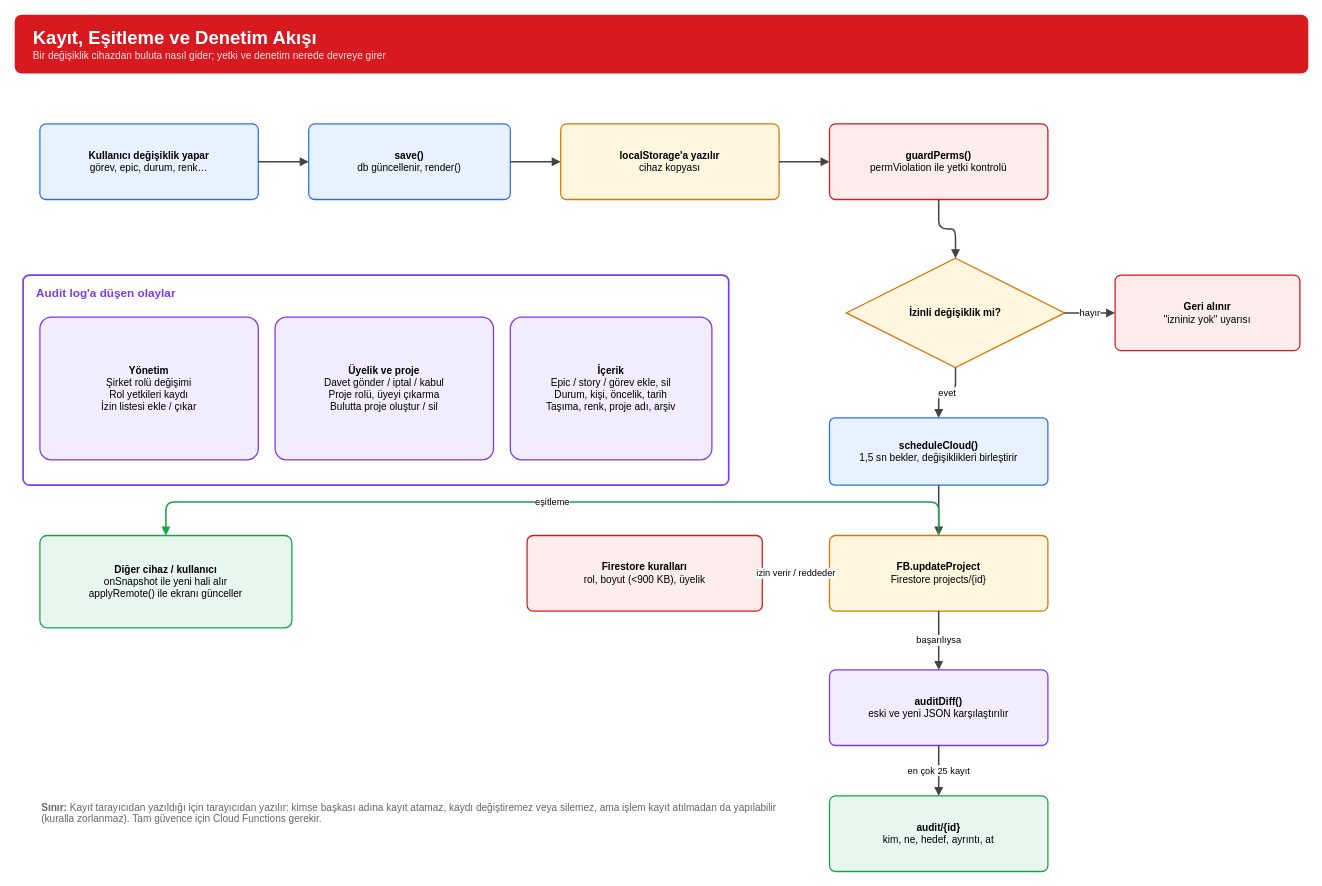
Earlier version of the draw.io diagram page "5 - Kayıt ve Denetim Akışı" (6 of 6) of proje-diyagrami.drawio (keremsa1id/STW). Source tidied: cells renumbered, new cells numbered last; positions are measured from the earlier drawing's top-left corner, leaving out a move shared by most shapes. Both pictures are drawn from the tidied source at 84%, with x=0, y=0 at pixel (14, 14).
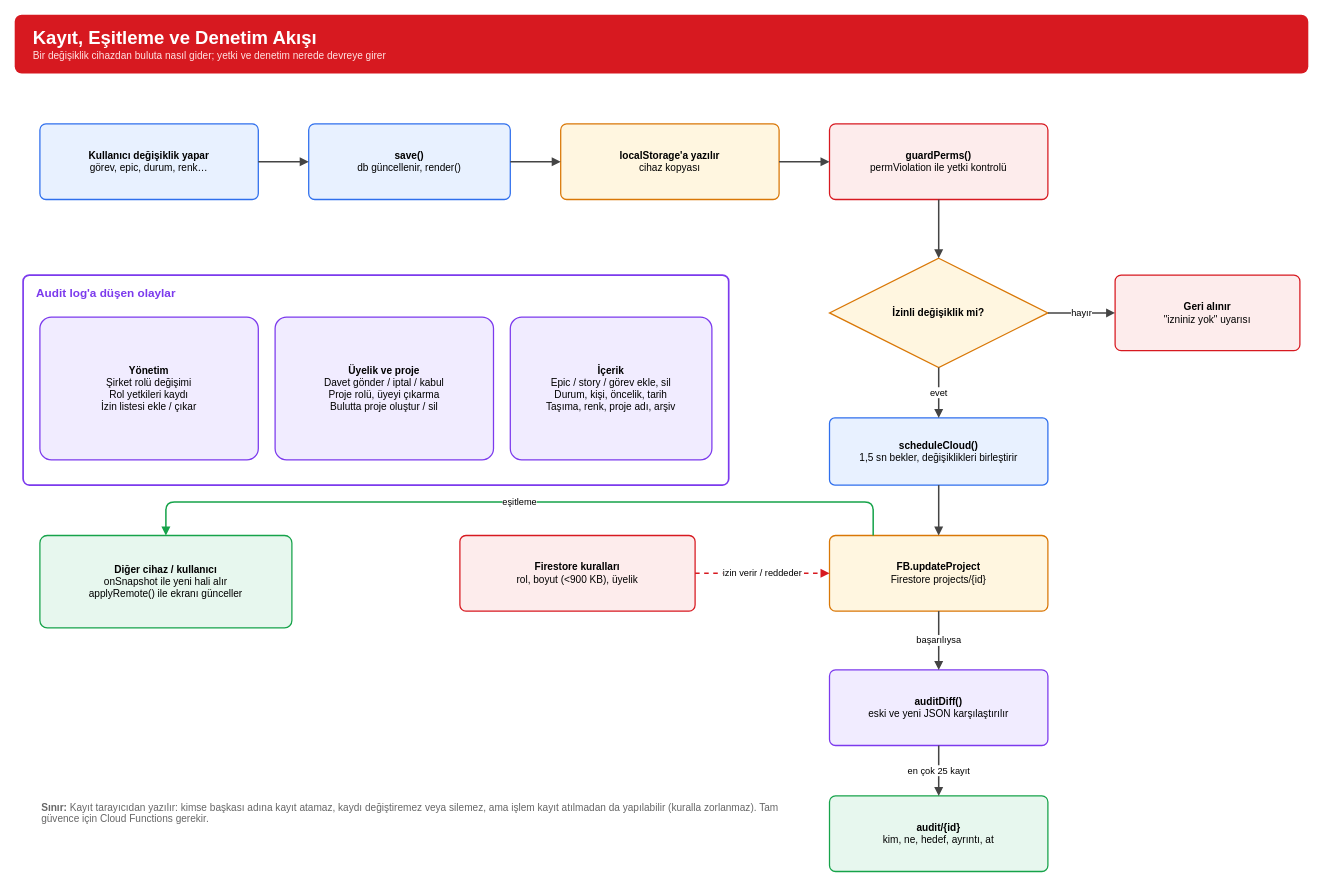
The same diagram, later.

The change refers to these unchanged cells:
```xml
<mxCell id="16" value="&lt;b&gt;FB.updateProject&lt;/b&gt;&lt;br&gt;Firestore projects/{id}" style="rounded=1;whiteSpace=wrap;html=1;arcSize=8;fontSize=12;fontFamily=Helvetica;fillColor=#fff6e0;strokeColor=#d97706;strokeWidth=1.5;shadow=0;" parent="1" vertex="1">
  <mxGeometry x="970" y="620" width="260" height="90" as="geometry" />
</mxCell>
<mxCell id="24" value="&lt;b&gt;Diğer cihaz / kullanıcı&lt;/b&gt;&lt;br&gt;onSnapshot ile yeni hali alır&lt;br&gt;applyRemote() ile ekranı günceller" style="rounded=1;whiteSpace=wrap;html=1;arcSize=8;fontSize=12;fontFamily=Helvetica;fillColor=#e7f7ee;strokeColor=#16a34a;strokeWidth=1.5;shadow=0;" parent="1" vertex="1">
  <mxGeometry x="30" y="620" width="300" height="110" as="geometry" />
</mxCell>
```

Diff of the diagram source:
```diff
@@
     <mxCell id="10" value="&lt;b&gt;İzinli değişiklik mi?&lt;/b&gt;" style="rounded=1;whiteSpace=wrap;html=1;arcSize=8;fontSize=12;fontFamily=Helvetica;shape=rhombus;fillColor=#fff6e0;strokeColor=#d97706;strokeWidth=1.5;rounded=0;" parent="1" vertex="1">
-      <mxGeometry x="990" y="290" width="260" height="130" as="geometry" />
+      <mxGeometry x="970" y="290" width="260" height="130" as="geometry" />
     </mxCell>
@@
     <mxCell id="18" value="&lt;b&gt;Firestore kuralları&lt;/b&gt;&lt;br&gt;rol, boyut (&amp;lt;900 KB), üyelik" style="rounded=1;whiteSpace=wrap;html=1;arcSize=8;fontSize=12;fontFamily=Helvetica;fillColor=#fdecec;strokeColor=#d71920;strokeWidth=1.5;shadow=0;" parent="1" vertex="1">
-      <mxGeometry x="610" y="620" width="280" height="90" as="geometry" />
+      <mxGeometry x="530" y="620" width="280" height="90" as="geometry" />
     </mxCell>
@@
-    <mxCell id="25" value="eşitleme" style="edgeStyle=orthogonalEdgeStyle;rounded=1;html=1;endArrow=block;endFill=1;strokeWidth=1.8;strokeColor=#444444;fontSize=11;labelBackgroundColor=#ffffff;strokeColor=#16a34a;" parent="1" edge="1" source="16" target="24">
+    <mxCell id="25" value="eşitleme" style="edgeStyle=orthogonalEdgeStyle;rounded=1;html=1;endArrow=block;endFill=1;strokeWidth=1.8;strokeColor=#444444;fontSize=11;labelBackgroundColor=#ffffff;strokeColor=#16a34a;exitX=0.2;exitY=0;exitDx=0;exitDy=0;" parent="1" edge="1" source="16" target="24">
       <mxGeometry relative="1" as="geometry">
         <Array as="points">
-          <mxPoint x="1100" y="580" />
+          <mxPoint x="1022" y="580" />
           <mxPoint x="180" y="580" />
         </Array>
       </mxGeometry>
     </mxCell>
@@
-    <mxCell id="30" value="&lt;span style=&quot;color:#666666&quot;&gt;&lt;b&gt;Sınır:&lt;/b&gt; Kayıt tarayıcıdan yazıldığı için tarayıcıdan yazılır: kimse başkası adına kayıt atamaz, kaydı değiştiremez veya silemez, ama işlem kayıt atılmadan da yapılabilir (kuralla zorlanmaz). Tam güvence için Cloud Functions gerekir.&lt;/span&gt;" style="rounded=1;whiteSpace=wrap;html=1;arcSize=8;fontSize=12;fontFamily=Helvetica;fillColor=none;strokeColor=none;align=left;verticalAlign=top;" parent="1" vertex="1">
+    <mxCell id="30" value="&lt;span style=&quot;color:#666666&quot;&gt;&lt;b&gt;Sınır:&lt;/b&gt; Kayıt tarayıcıdan yazılır: kimse başkası adına kayıt atamaz, kaydı değiştiremez veya silemez, ama işlem kayıt atılmadan da yapılabilir (kuralla zorlanmaz). Tam güvence için Cloud Functions gerekir.&lt;/span&gt;" style="rounded=1;whiteSpace=wrap;html=1;arcSize=8;fontSize=12;fontFamily=Helvetica;fillColor=none;strokeColor=none;align=left;verticalAlign=top;" parent="1" vertex="1">
       <mxGeometry x="30" y="930" width="880" height="90" as="geometry" />
     </mxCell>
```
